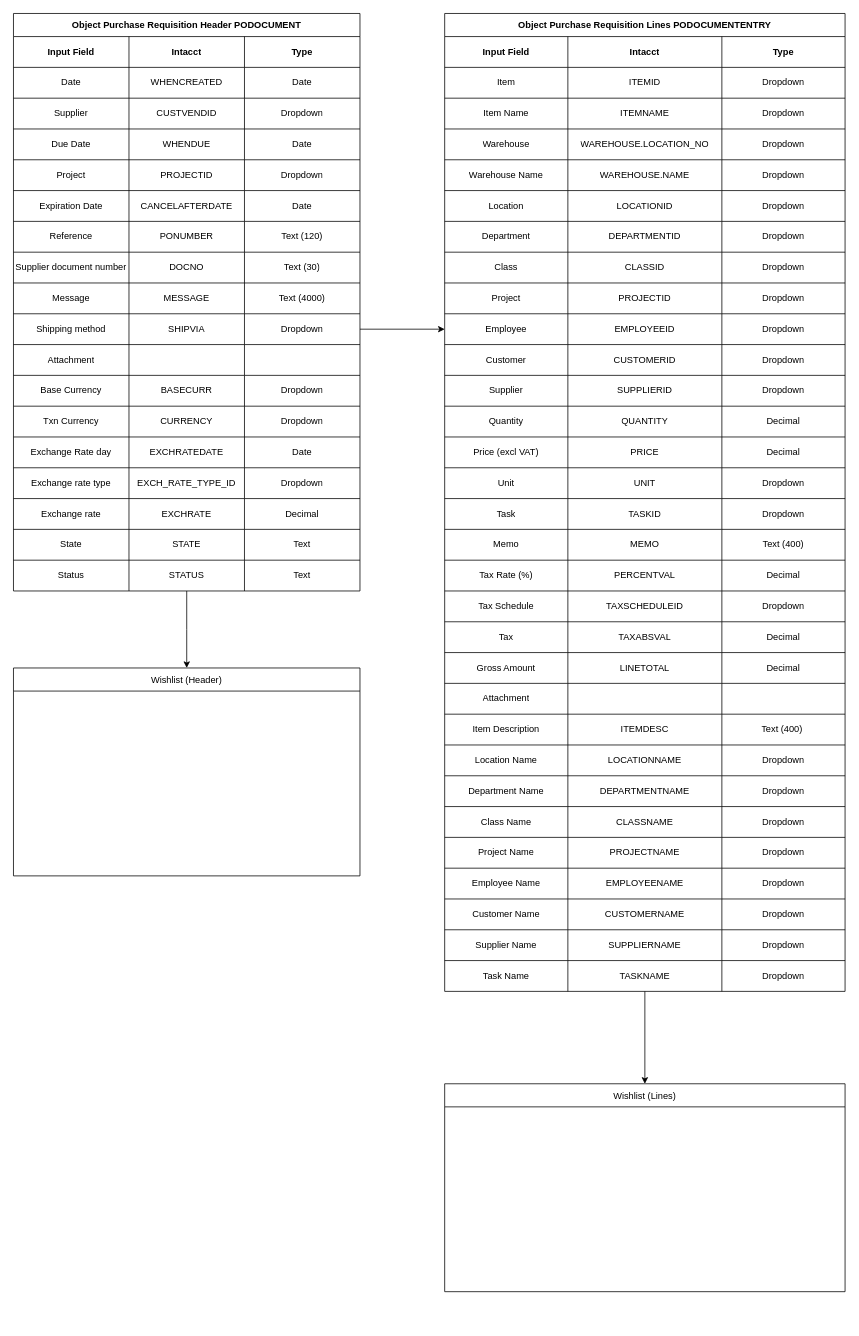
Before: page "Page-2" (2 of 2) of ProcureLink.drawio in garrithhyman/ProcureLink, a draw.io diagram. Source tidied: cells renumbered, new cells numbered last; positions are measured from the earlier drawing's top-left corner, leaving out a move shared by most shapes. Both pictures are drawn from the tidied source at 77%, with x=0, y=0 at pixel (13, 13).
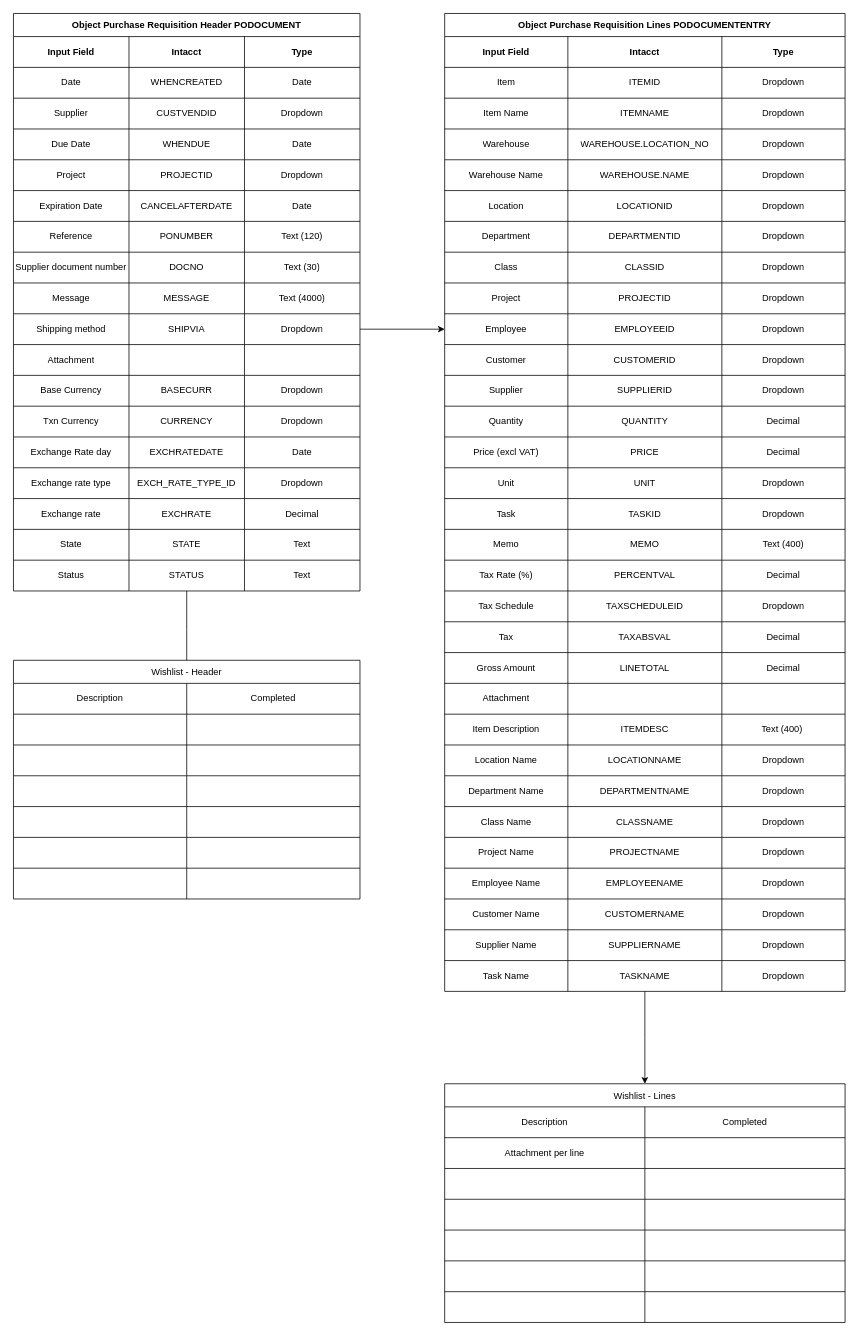
After the change.

Unchanged cells that the change refers to:
```xml
<mxCell id="77" value="Object Purchase Requisition Lines PODOCUMENTENTRY" style="shape=table;startSize=30;childLayout=tableLayout;fontStyle=1;whiteSpace=wrap;" parent="1" vertex="1">
  <mxGeometry x="560" width="520" height="1270" as="geometry" />
</mxCell>
```

The edit, as a diff of the source:
```diff
@@
-    <mxCell id="76" style="edgeStyle=orthogonalEdgeStyle;rounded=0;jettySize=auto;html=1;entryX=0.5;entryY=0;entryDx=0;entryDy=0;" parent="1" edge="1" source="77" target="206">
-      <mxGeometry relative="1" as="geometry" />
+    <mxCell id="76" style="edgeStyle=orthogonalEdgeStyle;rounded=0;jettySize=auto;html=1;entryX=0.5;entryY=0;entryDx=0;entryDy=0;" parent="1" edge="1" source="77">
+      <mxGeometry relative="1" as="geometry">
+        <mxPoint x="820" y="1390" as="targetPoint" />
+      </mxGeometry>
     </mxCell>
@@
-    <mxCell id="203" value="Wishlist (Header)" style="shape=table;startSize=30;childLayout=tableLayout;" parent="1" vertex="1">
-      <mxGeometry y="850" width="450" height="270" as="geometry" />
-    </mxCell>
-    <mxCell id="204" style="shape=tableRow;horizontal=0;startSize=0;swimlaneHead=0;swimlaneBody=0;strokeColor=inherit;top=0;left=0;bottom=0;right=0;fillColor=none;" parent="203" vertex="1">
-      <mxGeometry y="30" width="450" height="240" as="geometry" />
-    </mxCell>
-    <mxCell id="205" style="shape=partialRectangle;html=1;whiteSpace=wrap;strokeColor=inherit;overflow=hidden;fillColor=none;top=0;left=0;bottom=0;right=0;" parent="204" vertex="1">
-      <mxGeometry width="450" height="240" as="geometry" />
-    </mxCell>
-    <mxCell id="206" value="Wishlist (Lines)" style="shape=table;startSize=30;childLayout=tableLayout;" parent="1" vertex="1">
-      <mxGeometry x="560" y="1390" width="520" height="270" as="geometry" />
-    </mxCell>
-    <mxCell id="207" style="shape=tableRow;horizontal=0;startSize=0;swimlaneHead=0;swimlaneBody=0;strokeColor=inherit;top=0;left=0;bottom=0;right=0;fillColor=none;" parent="206" vertex="1">
-      <mxGeometry y="30" width="520" height="240" as="geometry" />
-    </mxCell>
-    <mxCell id="208" style="shape=partialRectangle;html=1;whiteSpace=wrap;strokeColor=inherit;overflow=hidden;fillColor=none;top=0;left=0;bottom=0;right=0;" parent="207" vertex="1">
-      <mxGeometry width="520" height="240" as="geometry" />
-    </mxCell>
+    <mxCell id="209" value="Wishlist - Header" style="shape=table;startSize=30;childLayout=tableLayout;" parent="1" vertex="1">
+      <mxGeometry y="840" width="450" height="310" as="geometry" />
+    </mxCell>
+    <mxCell id="210" style="shape=tableRow;horizontal=0;startSize=0;swimlaneHead=0;swimlaneBody=0;strokeColor=inherit;top=0;left=0;bottom=0;right=0;fillColor=none;" parent="209" vertex="1">
+      <mxGeometry y="30" width="450" height="40" as="geometry" />
+    </mxCell>
+    <mxCell id="211" value="Description" style="shape=partialRectangle;html=1;whiteSpace=wrap;strokeColor=inherit;overflow=hidden;fillColor=none;top=0;left=0;bottom=0;right=0;" parent="210" vertex="1">
+      <mxGeometry width="225" height="40" as="geometry" />
+    </mxCell>
+    <mxCell id="212" value="Completed" style="shape=partialRectangle;html=1;whiteSpace=wrap;strokeColor=inherit;overflow=hidden;fillColor=none;top=0;left=0;bottom=0;right=0;" parent="210" vertex="1">
+      <mxGeometry x="225" width="225" height="40" as="geometry" />
+    </mxCell>
+    <mxCell id="213" style="shape=tableRow;horizontal=0;startSize=0;swimlaneHead=0;swimlaneBody=0;strokeColor=inherit;top=0;left=0;bottom=0;right=0;fillColor=none;" parent="209" vertex="1">
+      <mxGeometry y="70" width="450" height="40" as="geometry" />
+    </mxCell>
+    <mxCell id="214" style="shape=partialRectangle;html=1;whiteSpace=wrap;strokeColor=inherit;overflow=hidden;fillColor=none;top=0;left=0;bottom=0;right=0;" parent="213" vertex="1">
+      <mxGeometry width="225" height="40" as="geometry" />
+    </mxCell>
+    <mxCell id="215" style="shape=partialRectangle;html=1;whiteSpace=wrap;strokeColor=inherit;overflow=hidden;fillColor=none;top=0;left=0;bottom=0;right=0;" parent="213" vertex="1">
+      <mxGeometry x="225" width="225" height="40" as="geometry" />
+    </mxCell>
+    <mxCell id="216" style="shape=tableRow;horizontal=0;startSize=0;swimlaneHead=0;swimlaneBody=0;strokeColor=inherit;top=0;left=0;bottom=0;right=0;fillColor=none;" parent="209" vertex="1">
+      <mxGeometry y="110" width="450" height="40" as="geometry" />
+    </mxCell>
+    <mxCell id="217" style="shape=partialRectangle;html=1;whiteSpace=wrap;strokeColor=inherit;overflow=hidden;fillColor=none;top=0;left=0;bottom=0;right=0;" parent="216" vertex="1">
+      <mxGeometry width="225" height="40" as="geometry" />
+    </mxCell>
+    <mxCell id="218" style="shape=partialRectangle;html=1;whiteSpace=wrap;strokeColor=inherit;overflow=hidden;fillColor=none;top=0;left=0;bottom=0;right=0;" parent="216" vertex="1">
+      <mxGeometry x="225" width="225" height="40" as="geometry" />
+    </mxCell>
+    <mxCell id="219" style="shape=tableRow;horizontal=0;startSize=0;swimlaneHead=0;swimlaneBody=0;strokeColor=inherit;top=0;left=0;bottom=0;right=0;fillColor=none;" parent="209" vertex="1">
+      <mxGeometry y="150" width="450" height="40" as="geometry" />
+    </mxCell>
+    <mxCell id="220" style="shape=partialRectangle;html=1;whiteSpace=wrap;strokeColor=inherit;overflow=hidden;fillColor=none;top=0;left=0;bottom=0;right=0;" parent="219" vertex="1">
+      <mxGeometry width="225" height="40" as="geometry" />
+    </mxCell>
+    <mxCell id="221" style="shape=partialRectangle;html=1;whiteSpace=wrap;strokeColor=inherit;overflow=hidden;fillColor=none;top=0;left=0;bottom=0;right=0;" parent="219" vertex="1">
+      <mxGeometry x="225" width="225" height="40" as="geometry" />
+    </mxCell>
+    <mxCell id="222" style="shape=tableRow;horizontal=0;startSize=0;swimlaneHead=0;swimlaneBody=0;strokeColor=inherit;top=0;left=0;bottom=0;right=0;fillColor=none;" parent="209" vertex="1">
+      <mxGeometry y="190" width="450" height="40" as="geometry" />
+    </mxCell>
+    <mxCell id="223" style="shape=partialRectangle;html=1;whiteSpace=wrap;strokeColor=inherit;overflow=hidden;fillColor=none;top=0;left=0;bottom=0;right=0;" parent="222" vertex="1">
+      <mxGeometry width="225" height="40" as="geometry" />
+    </mxCell>
+    <mxCell id="224" style="shape=partialRectangle;html=1;whiteSpace=wrap;strokeColor=inherit;overflow=hidden;fillColor=none;top=0;left=0;bottom=0;right=0;" parent="222" vertex="1">
+      <mxGeometry x="225" width="225" height="40" as="geometry" />
+    </mxCell>
+    <mxCell id="225" style="shape=tableRow;horizontal=0;startSize=0;swimlaneHead=0;swimlaneBody=0;strokeColor=inherit;top=0;left=0;bottom=0;right=0;fillColor=none;" parent="209" vertex="1">
+      <mxGeometry y="230" width="450" height="40" as="geometry" />
+    </mxCell>
+    <mxCell id="226" style="shape=partialRectangle;html=1;whiteSpace=wrap;strokeColor=inherit;overflow=hidden;fillColor=none;top=0;left=0;bottom=0;right=0;" parent="225" vertex="1">
+      <mxGeometry width="225" height="40" as="geometry" />
+    </mxCell>
+    <mxCell id="227" style="shape=partialRectangle;html=1;whiteSpace=wrap;strokeColor=inherit;overflow=hidden;fillColor=none;top=0;left=0;bottom=0;right=0;" parent="225" vertex="1">
+      <mxGeometry x="225" width="225" height="40" as="geometry" />
+    </mxCell>
+    <mxCell id="228" style="shape=tableRow;horizontal=0;startSize=0;swimlaneHead=0;swimlaneBody=0;strokeColor=inherit;top=0;left=0;bottom=0;right=0;fillColor=none;" parent="209" vertex="1">
+      <mxGeometry y="270" width="450" height="40" as="geometry" />
+    </mxCell>
+    <mxCell id="229" style="shape=partialRectangle;html=1;whiteSpace=wrap;strokeColor=inherit;overflow=hidden;fillColor=none;top=0;left=0;bottom=0;right=0;" parent="228" vertex="1">
+      <mxGeometry width="225" height="40" as="geometry" />
+    </mxCell>
+    <mxCell id="230" style="shape=partialRectangle;html=1;whiteSpace=wrap;strokeColor=inherit;overflow=hidden;fillColor=none;top=0;left=0;bottom=0;right=0;" parent="228" vertex="1">
+      <mxGeometry x="225" width="225" height="40" as="geometry" />
+    </mxCell>
+    <mxCell id="231" value="Wishlist - Lines" style="shape=table;startSize=30;childLayout=tableLayout;" parent="1" vertex="1">
+      <mxGeometry x="560" y="1390" width="520" height="310" as="geometry" />
+    </mxCell>
+    <mxCell id="232" style="shape=tableRow;horizontal=0;startSize=0;swimlaneHead=0;swimlaneBody=0;strokeColor=inherit;top=0;left=0;bottom=0;right=0;fillColor=none;" parent="231" vertex="1">
+      <mxGeometry y="30" width="520" height="40" as="geometry" />
+    </mxCell>
+    <mxCell id="233" value="Description" style="shape=partialRectangle;html=1;whiteSpace=wrap;strokeColor=inherit;overflow=hidden;fillColor=none;top=0;left=0;bottom=0;right=0;" parent="232" vertex="1">
+      <mxGeometry width="260" height="40" as="geometry" />
+    </mxCell>
+    <mxCell id="234" value="Completed" style="shape=partialRectangle;html=1;whiteSpace=wrap;strokeColor=inherit;overflow=hidden;fillColor=none;top=0;left=0;bottom=0;right=0;" parent="232" vertex="1">
+      <mxGeometry x="260" width="260" height="40" as="geometry" />
+    </mxCell>
+    <mxCell id="235" style="shape=tableRow;horizontal=0;startSize=0;swimlaneHead=0;swimlaneBody=0;strokeColor=inherit;top=0;left=0;bottom=0;right=0;fillColor=none;" parent="231" vertex="1">
+      <mxGeometry y="70" width="520" height="40" as="geometry" />
+    </mxCell>
+    <mxCell id="236" value="Attachment per line" style="shape=partialRectangle;html=1;whiteSpace=wrap;strokeColor=inherit;overflow=hidden;fillColor=none;top=0;left=0;bottom=0;right=0;" parent="235" vertex="1">
+      <mxGeometry width="260" height="40" as="geometry" />
+    </mxCell>
+    <mxCell id="237" style="shape=partialRectangle;html=1;whiteSpace=wrap;strokeColor=inherit;overflow=hidden;fillColor=none;top=0;left=0;bottom=0;right=0;" parent="235" vertex="1">
+      <mxGeometry x="260" width="260" height="40" as="geometry" />
+    </mxCell>
+    <mxCell id="238" style="shape=tableRow;horizontal=0;startSize=0;swimlaneHead=0;swimlaneBody=0;strokeColor=inherit;top=0;left=0;bottom=0;right=0;fillColor=none;" parent="231" vertex="1">
+      <mxGeometry y="110" width="520" height="40" as="geometry" />
+    </mxCell>
+    <mxCell id="239" style="shape=partialRectangle;html=1;whiteSpace=wrap;strokeColor=inherit;overflow=hidden;fillColor=none;top=0;left=0;bottom=0;right=0;" parent="238" vertex="1">
+      <mxGeometry width="260" height="40" as="geometry" />
+    </mxCell>
+    <mxCell id="240" style="shape=partialRectangle;html=1;whiteSpace=wrap;strokeColor=inherit;overflow=hidden;fillColor=none;top=0;left=0;bottom=0;right=0;" parent="238" vertex="1">
+      <mxGeometry x="260" width="260" height="40" as="geometry" />
+    </mxCell>
+    <mxCell id="241" style="shape=tableRow;horizontal=0;startSize=0;swimlaneHead=0;swimlaneBody=0;strokeColor=inherit;top=0;left=0;bottom=0;right=0;fillColor=none;" parent="231" vertex="1">
+      <mxGeometry y="150" width="520" height="40" as="geometry" />
+    </mxCell>
+    <mxCell id="242" style="shape=partialRectangle;html=1;whiteSpace=wrap;strokeColor=inherit;overflow=hidden;fillColor=none;top=0;left=0;bottom=0;right=0;" parent="241" vertex="1">
+      <mxGeometry width="260" height="40" as="geometry" />
+    </mxCell>
+    <mxCell id="243" style="shape=partialRectangle;html=1;whiteSpace=wrap;strokeColor=inherit;overflow=hidden;fillColor=none;top=0;left=0;bottom=0;right=0;" parent="241" vertex="1">
+      <mxGeometry x="260" width="260" height="40" as="geometry" />
+    </mxCell>
+    <mxCell id="244" style="shape=tableRow;horizontal=0;startSize=0;swimlaneHead=0;swimlaneBody=0;strokeColor=inherit;top=0;left=0;bottom=0;right=0;fillColor=none;" parent="231" vertex="1">
+      <mxGeometry y="190" width="520" height="40" as="geometry" />
+    </mxCell>
+    <mxCell id="245" style="shape=partialRectangle;html=1;whiteSpace=wrap;strokeColor=inherit;overflow=hidden;fillColor=none;top=0;left=0;bottom=0;right=0;" parent="244" vertex="1">
+      <mxGeometry width="260" height="40" as="geometry" />
+    </mxCell>
+    <mxCell id="246" style="shape=partialRectangle;html=1;whiteSpace=wrap;strokeColor=inherit;overflow=hidden;fillColor=none;top=0;left=0;bottom=0;right=0;" parent="244" vertex="1">
+      <mxGeometry x="260" width="260" height="40" as="geometry" />
+    </mxCell>
+    <mxCell id="247" style="shape=tableRow;horizontal=0;startSize=0;swimlaneHead=0;swimlaneBody=0;strokeColor=inherit;top=0;left=0;bottom=0;right=0;fillColor=none;" parent="231" vertex="1">
+      <mxGeometry y="230" width="520" height="40" as="geometry" />
+    </mxCell>
+    <mxCell id="248" style="shape=partialRectangle;html=1;whiteSpace=wrap;strokeColor=inherit;overflow=hidden;fillColor=none;top=0;left=0;bottom=0;right=0;" parent="247" vertex="1">
+      <mxGeometry width="260" height="40" as="geometry" />
+    </mxCell>
+    <mxCell id="249" style="shape=partialRectangle;html=1;whiteSpace=wrap;strokeColor=inherit;overflow=hidden;fillColor=none;top=0;left=0;bottom=0;right=0;" parent="247" vertex="1">
+      <mxGeometry x="260" width="260" height="40" as="geometry" />
+    </mxCell>
+    <mxCell id="250" style="shape=tableRow;horizontal=0;startSize=0;swimlaneHead=0;swimlaneBody=0;strokeColor=inherit;top=0;left=0;bottom=0;right=0;fillColor=none;" parent="231" vertex="1">
+      <mxGeometry y="270" width="520" height="40" as="geometry" />
+    </mxCell>
+    <mxCell id="251" style="shape=partialRectangle;html=1;whiteSpace=wrap;strokeColor=inherit;overflow=hidden;fillColor=none;top=0;left=0;bottom=0;right=0;" parent="250" vertex="1">
+      <mxGeometry width="260" height="40" as="geometry" />
+    </mxCell>
+    <mxCell id="252" style="shape=partialRectangle;html=1;whiteSpace=wrap;strokeColor=inherit;overflow=hidden;fillColor=none;top=0;left=0;bottom=0;right=0;" parent="250" vertex="1">
+      <mxGeometry x="260" width="260" height="40" as="geometry" />
+    </mxCell>
```
